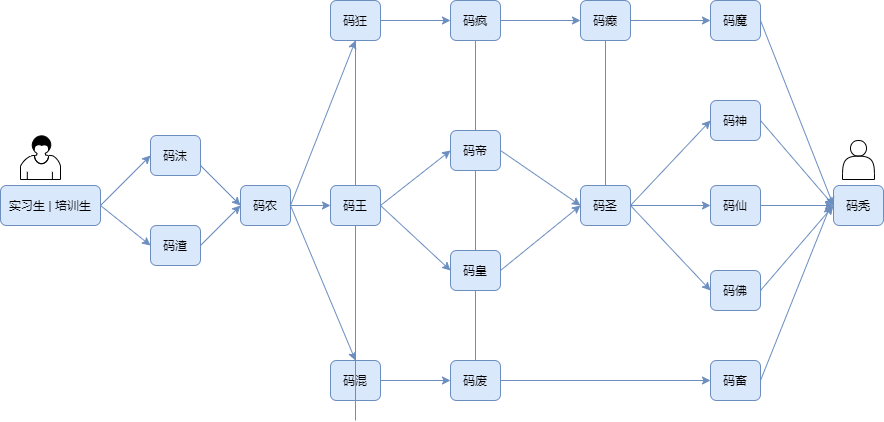
yanjingfan/life-of-coder keeps this draw.io diagram as docs/pic/coder.png. Above is the earlier version. Source tidied: cells renumbered, new cells last; positions are measured from the earlier drawing's top-left corner, leaving out a move shared by most shapes. Its diagram source:
```xml
<mxGraphModel>
  <root>
    <mxCell id="0" />
    <mxCell id="1" parent="0" />
    <mxCell id="2" style="shape=mxgraph.bpmn.user_task;html=1;" parent="1" vertex="1">
      <mxGeometry x="20" y="135" width="40" height="44" as="geometry" />
    </mxCell>
    <mxCell id="3" value="码渣" style="rounded=1;whiteSpace=wrap;html=1;fillColor=#dae8fc;strokeColor=#6c8ebf;" parent="1" vertex="1">
      <mxGeometry x="150" y="225" width="50" height="40" as="geometry" />
    </mxCell>
    <mxCell id="4" value="码沫" style="rounded=1;whiteSpace=wrap;html=1;fillColor=#dae8fc;strokeColor=#6c8ebf;" parent="1" vertex="1">
      <mxGeometry x="150" y="135" width="50" height="40" as="geometry" />
    </mxCell>
    <mxCell id="5" value="码农" style="rounded=1;whiteSpace=wrap;html=1;fillColor=#dae8fc;strokeColor=#6c8ebf;" parent="1" vertex="1">
      <mxGeometry x="240" y="185" width="50" height="40" as="geometry" />
    </mxCell>
    <mxCell id="6" value="码王" style="rounded=1;whiteSpace=wrap;html=1;fillColor=#dae8fc;strokeColor=#6c8ebf;" parent="1" vertex="1">
      <mxGeometry x="330" y="185" width="50" height="40" as="geometry" />
    </mxCell>
    <mxCell id="7" value="码圣" style="rounded=1;whiteSpace=wrap;html=1;fillColor=#dae8fc;strokeColor=#6c8ebf;" parent="1" vertex="1">
      <mxGeometry x="580" y="185" width="50" height="40" as="geometry" />
    </mxCell>
    <mxCell id="8" value="码帝" style="rounded=1;whiteSpace=wrap;html=1;fillColor=#dae8fc;strokeColor=#6c8ebf;" parent="1" vertex="1">
      <mxGeometry x="450" y="130" width="50" height="40" as="geometry" />
    </mxCell>
    <mxCell id="9" value="码仙" style="rounded=1;whiteSpace=wrap;html=1;fillColor=#dae8fc;strokeColor=#6c8ebf;" parent="1" vertex="1">
      <mxGeometry x="710" y="185" width="50" height="40" as="geometry" />
    </mxCell>
    <mxCell id="10" value="码神" style="rounded=1;whiteSpace=wrap;html=1;fillColor=#dae8fc;strokeColor=#6c8ebf;" parent="1" vertex="1">
      <mxGeometry x="710" y="100" width="50" height="40" as="geometry" />
    </mxCell>
    <mxCell id="11" value="码佛" style="rounded=1;whiteSpace=wrap;html=1;fillColor=#dae8fc;strokeColor=#6c8ebf;" parent="1" vertex="1">
      <mxGeometry x="710" y="270" width="50" height="40" as="geometry" />
    </mxCell>
    <mxCell id="12" value="码秃" style="rounded=1;whiteSpace=wrap;html=1;fillColor=#dae8fc;strokeColor=#6c8ebf;" parent="1" vertex="1">
      <mxGeometry x="833" y="185" width="50" height="40" as="geometry" />
    </mxCell>
    <mxCell id="13" value="实习生 | 培训生" style="rounded=1;whiteSpace=wrap;html=1;fillColor=#dae8fc;strokeColor=#6c8ebf;" parent="1" vertex="1">
      <mxGeometry y="185" width="100" height="40" as="geometry" />
    </mxCell>
    <mxCell id="14" value="码狂" style="rounded=1;whiteSpace=wrap;html=1;fillColor=#dae8fc;strokeColor=#6c8ebf;" parent="1" vertex="1">
      <mxGeometry x="330" width="50" height="40" as="geometry" />
    </mxCell>
    <mxCell id="15" value="码癫" style="rounded=1;whiteSpace=wrap;html=1;fillColor=#dae8fc;strokeColor=#6c8ebf;" parent="1" vertex="1">
      <mxGeometry x="580" width="50" height="40" as="geometry" />
    </mxCell>
    <mxCell id="16" value="码疯" style="rounded=1;whiteSpace=wrap;html=1;fillColor=#dae8fc;strokeColor=#6c8ebf;" parent="1" vertex="1">
      <mxGeometry x="450" width="50" height="40" as="geometry" />
    </mxCell>
    <mxCell id="17" value="码混" style="rounded=1;whiteSpace=wrap;html=1;fillColor=#dae8fc;strokeColor=#6c8ebf;" parent="1" vertex="1">
      <mxGeometry x="330" y="360" width="50" height="40" as="geometry" />
    </mxCell>
    <mxCell id="18" value="码废" style="rounded=1;whiteSpace=wrap;html=1;fillColor=#dae8fc;strokeColor=#6c8ebf;" parent="1" vertex="1">
      <mxGeometry x="450" y="360" width="50" height="40" as="geometry" />
    </mxCell>
    <mxCell id="19" style="endArrow=classic;html=1;exitX=1;exitY=0.5;exitDx=0;exitDy=0;entryX=0;entryY=0.5;entryDx=0;entryDy=0;strokeColor=#6c8ebf;fillColor=#dae8fc;" parent="1" edge="1" source="13" target="4">
      <mxGeometry relative="1" as="geometry" />
    </mxCell>
    <mxCell id="20" style="endArrow=classic;html=1;entryX=0;entryY=0.5;entryDx=0;entryDy=0;strokeColor=#6c8ebf;fillColor=#dae8fc;" parent="1" edge="1" target="3">
      <mxGeometry relative="1" as="geometry">
        <mxPoint x="100" y="205" as="sourcePoint" />
      </mxGeometry>
    </mxCell>
    <mxCell id="21" style="endArrow=classic;html=1;entryX=0;entryY=0.5;entryDx=0;entryDy=0;strokeColor=#6c8ebf;fillColor=#dae8fc;exitX=1;exitY=0.75;exitDx=0;exitDy=0;" parent="1" edge="1" source="4" target="5">
      <mxGeometry relative="1" as="geometry" />
    </mxCell>
    <mxCell id="22" style="endArrow=classic;html=1;entryX=0;entryY=0.5;entryDx=0;entryDy=0;strokeColor=#6c8ebf;fillColor=#dae8fc;exitX=1;exitY=0.5;exitDx=0;exitDy=0;" parent="1" edge="1" source="3" target="5">
      <mxGeometry relative="1" as="geometry" />
    </mxCell>
    <mxCell id="23" style="endArrow=classic;html=1;entryX=0;entryY=0.5;entryDx=0;entryDy=0;strokeColor=#6c8ebf;fillColor=#dae8fc;exitX=1;exitY=0.5;exitDx=0;exitDy=0;" parent="1" edge="1" source="5" target="6">
      <mxGeometry relative="1" as="geometry" />
    </mxCell>
    <mxCell id="24" style="endArrow=classic;html=1;entryX=0.5;entryY=1;entryDx=0;entryDy=0;strokeColor=#6c8ebf;fillColor=#dae8fc;exitX=1;exitY=0.5;exitDx=0;exitDy=0;" parent="1" edge="1" source="5" target="14">
      <mxGeometry relative="1" as="geometry" />
    </mxCell>
    <mxCell id="25" style="endArrow=classic;html=1;strokeColor=#6c8ebf;fillColor=#dae8fc;exitX=1;exitY=0.5;exitDx=0;exitDy=0;entryX=0.5;entryY=0;entryDx=0;entryDy=0;" parent="1" edge="1" source="5" target="17">
      <mxGeometry relative="1" as="geometry" />
    </mxCell>
    <mxCell id="26" style="endArrow=classic;html=1;entryX=0;entryY=0.5;entryDx=0;entryDy=0;strokeColor=#6c8ebf;fillColor=#dae8fc;exitX=1;exitY=0.5;exitDx=0;exitDy=0;" parent="1" edge="1" source="6" target="37">
      <mxGeometry relative="1" as="geometry" />
    </mxCell>
    <mxCell id="27" style="endArrow=classic;html=1;entryX=0;entryY=0.5;entryDx=0;entryDy=0;strokeColor=#6c8ebf;fillColor=#dae8fc;exitX=1;exitY=0.5;exitDx=0;exitDy=0;" parent="1" edge="1" source="8" target="7">
      <mxGeometry relative="1" as="geometry" />
    </mxCell>
    <mxCell id="28" style="endArrow=classic;html=1;entryX=0;entryY=0.5;entryDx=0;entryDy=0;strokeColor=#6c8ebf;fillColor=#dae8fc;exitX=1;exitY=0.5;exitDx=0;exitDy=0;" parent="1" edge="1" source="7" target="9">
      <mxGeometry relative="1" as="geometry" />
    </mxCell>
    <mxCell id="29" style="endArrow=classic;html=1;entryX=0;entryY=0.5;entryDx=0;entryDy=0;strokeColor=#6c8ebf;fillColor=#dae8fc;exitX=1;exitY=0.5;exitDx=0;exitDy=0;" parent="1" edge="1" source="14" target="16">
      <mxGeometry relative="1" as="geometry" />
    </mxCell>
    <mxCell id="30" style="endArrow=classic;html=1;entryX=0;entryY=0.5;entryDx=0;entryDy=0;strokeColor=#6c8ebf;fillColor=#dae8fc;exitX=1;exitY=0.5;exitDx=0;exitDy=0;" parent="1" edge="1" source="16" target="15">
      <mxGeometry relative="1" as="geometry" />
    </mxCell>
    <mxCell id="31" style="endArrow=classic;html=1;entryX=0;entryY=0.5;entryDx=0;entryDy=0;strokeColor=#6c8ebf;fillColor=#dae8fc;exitX=1;exitY=0.5;exitDx=0;exitDy=0;" parent="1" edge="1" source="7" target="11">
      <mxGeometry relative="1" as="geometry" />
    </mxCell>
    <mxCell id="32" style="endArrow=classic;html=1;entryX=0;entryY=0.5;entryDx=0;entryDy=0;strokeColor=#6c8ebf;fillColor=#dae8fc;exitX=1;exitY=0.5;exitDx=0;exitDy=0;" parent="1" edge="1" source="7" target="10">
      <mxGeometry relative="1" as="geometry" />
    </mxCell>
    <mxCell id="33" style="endArrow=classic;html=1;entryX=0;entryY=0.5;entryDx=0;entryDy=0;strokeColor=#6c8ebf;fillColor=#dae8fc;exitX=1;exitY=0.5;exitDx=0;exitDy=0;" parent="1" edge="1" source="17" target="18">
      <mxGeometry relative="1" as="geometry" />
    </mxCell>
    <mxCell id="34" style="endArrow=classic;html=1;entryX=0;entryY=0.5;entryDx=0;entryDy=0;strokeColor=#6c8ebf;fillColor=#dae8fc;exitX=1;exitY=0.5;exitDx=0;exitDy=0;" parent="1" edge="1" source="10" target="12">
      <mxGeometry relative="1" as="geometry" />
    </mxCell>
    <mxCell id="35" style="endArrow=classic;html=1;entryX=0;entryY=0.5;entryDx=0;entryDy=0;strokeColor=#6c8ebf;fillColor=#dae8fc;exitX=1;exitY=0.5;exitDx=0;exitDy=0;" parent="1" edge="1" source="9" target="12">
      <mxGeometry relative="1" as="geometry" />
    </mxCell>
    <mxCell id="36" style="endArrow=classic;html=1;entryX=0;entryY=0.5;entryDx=0;entryDy=0;strokeColor=#6c8ebf;fillColor=#dae8fc;exitX=1;exitY=0.5;exitDx=0;exitDy=0;" parent="1" edge="1" source="11" target="12">
      <mxGeometry relative="1" as="geometry" />
    </mxCell>
    <mxCell id="37" value="码皇" style="rounded=1;whiteSpace=wrap;html=1;fillColor=#dae8fc;strokeColor=#6c8ebf;" parent="1" vertex="1">
      <mxGeometry x="450" y="250" width="50" height="40" as="geometry" />
    </mxCell>
    <mxCell id="38" style="endArrow=classic;html=1;entryX=0;entryY=0.5;entryDx=0;entryDy=0;strokeColor=#6c8ebf;fillColor=#dae8fc;exitX=1;exitY=0.5;exitDx=0;exitDy=0;" parent="1" edge="1" source="37" target="7">
      <mxGeometry relative="1" as="geometry" />
    </mxCell>
    <mxCell id="39" style="endArrow=classic;html=1;entryX=0;entryY=0.5;entryDx=0;entryDy=0;strokeColor=#6c8ebf;fillColor=#dae8fc;exitX=1;exitY=0.5;exitDx=0;exitDy=0;" parent="1" edge="1" source="6" target="8">
      <mxGeometry relative="1" as="geometry" />
    </mxCell>
    <mxCell id="40" style="endArrow=none;html=1;strokeColor=#6c8ebf;exitX=0.5;exitY=0;exitDx=0;exitDy=0;entryX=0.5;entryY=1;entryDx=0;entryDy=0;fillColor=#dae8fc;" parent="1" edge="1" source="6" target="14">
      <mxGeometry relative="1" as="geometry" />
    </mxCell>
    <mxCell id="41" style="endArrow=none;html=1;strokeColor=#6c8ebf;exitX=0.5;exitY=1;exitDx=0;exitDy=0;fillColor=#dae8fc;" parent="1" edge="1" source="6">
      <mxGeometry relative="1" as="geometry">
        <mxPoint x="355" y="420" as="targetPoint" />
      </mxGeometry>
    </mxCell>
    <mxCell id="42" style="endArrow=none;html=1;strokeColor=#6c8ebf;exitX=0.5;exitY=0;exitDx=0;exitDy=0;entryX=0.5;entryY=1;entryDx=0;entryDy=0;fillColor=#dae8fc;" parent="1" edge="1" source="8" target="16">
      <mxGeometry relative="1" as="geometry" />
    </mxCell>
    <mxCell id="43" style="endArrow=none;html=1;strokeColor=#6c8ebf;entryX=0.5;entryY=0;entryDx=0;entryDy=0;fillColor=#dae8fc;exitX=0.5;exitY=1;exitDx=0;exitDy=0;" parent="1" edge="1" source="8" target="37">
      <mxGeometry relative="1" as="geometry" />
    </mxCell>
    <mxCell id="44" style="endArrow=none;html=1;strokeColor=#6c8ebf;entryX=0.5;entryY=0;entryDx=0;entryDy=0;fillColor=#dae8fc;exitX=0.5;exitY=1;exitDx=0;exitDy=0;" parent="1" edge="1" source="37" target="18">
      <mxGeometry relative="1" as="geometry" />
    </mxCell>
    <mxCell id="45" value="码畜" style="rounded=1;whiteSpace=wrap;html=1;fillColor=#dae8fc;strokeColor=#6c8ebf;" parent="1" vertex="1">
      <mxGeometry x="710" y="360" width="50" height="40" as="geometry" />
    </mxCell>
    <mxCell id="46" style="endArrow=classic;html=1;entryX=0;entryY=0.5;entryDx=0;entryDy=0;strokeColor=#6c8ebf;fillColor=#dae8fc;exitX=1;exitY=0.5;exitDx=0;exitDy=0;" parent="1" edge="1" source="18" target="45">
      <mxGeometry relative="1" as="geometry" />
    </mxCell>
    <mxCell id="47" style="endArrow=classic;html=1;strokeColor=#6c8ebf;fillColor=#dae8fc;exitX=1;exitY=0.5;exitDx=0;exitDy=0;" parent="1" edge="1" source="45">
      <mxGeometry relative="1" as="geometry">
        <mxPoint x="830" y="205" as="targetPoint" />
      </mxGeometry>
    </mxCell>
    <mxCell id="48" style="endArrow=none;html=1;strokeColor=#6c8ebf;entryX=0.5;entryY=0;entryDx=0;entryDy=0;fillColor=#dae8fc;exitX=0.5;exitY=1;exitDx=0;exitDy=0;" parent="1" edge="1" source="15" target="7">
      <mxGeometry relative="1" as="geometry" />
    </mxCell>
    <mxCell id="49" value="码魔" style="rounded=1;whiteSpace=wrap;html=1;fillColor=#dae8fc;strokeColor=#6c8ebf;" parent="1" vertex="1">
      <mxGeometry x="710" width="50" height="40" as="geometry" />
    </mxCell>
    <mxCell id="50" style="endArrow=classic;html=1;entryX=0;entryY=0.5;entryDx=0;entryDy=0;strokeColor=#6c8ebf;fillColor=#dae8fc;exitX=1;exitY=0.5;exitDx=0;exitDy=0;" parent="1" edge="1" source="15" target="49">
      <mxGeometry relative="1" as="geometry" />
    </mxCell>
    <mxCell id="51" style="endArrow=classic;html=1;strokeColor=#6c8ebf;fillColor=#dae8fc;exitX=1;exitY=0.5;exitDx=0;exitDy=0;entryX=0;entryY=0.5;entryDx=0;entryDy=0;" parent="1" edge="1" source="49" target="12">
      <mxGeometry relative="1" as="geometry" />
    </mxCell>
    <mxCell id="52" style="shape=actor;whiteSpace=wrap;html=1;" parent="1" vertex="1">
      <mxGeometry x="842" y="140" width="32" height="39" as="geometry" />
    </mxCell>
    <mxCell id="53" style="edgeStyle=orthogonalEdgeStyle;rounded=0;orthogonalLoop=1;jettySize=auto;html=1;exitX=0.5;exitY=1;exitDx=0;exitDy=0;" parent="1" edge="1" source="10" target="10">
      <mxGeometry relative="1" as="geometry" />
    </mxCell>
  </root>
</mxGraphModel>
```
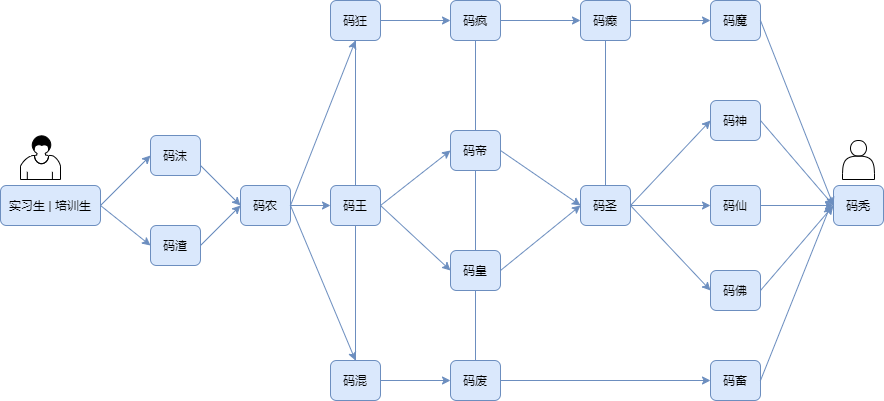
The same file after the commit.

Commit message:
fix(): 添加码魔和码畜

What changed in the source:
```diff
@@ -121,10 +121,8 @@
     <mxCell id="40" style="endArrow=none;html=1;strokeColor=#6c8ebf;exitX=0.5;exitY=0;exitDx=0;exitDy=0;entryX=0.5;entryY=1;entryDx=0;entryDy=0;fillColor=#dae8fc;" parent="1" edge="1" source="6" target="14">
       <mxGeometry relative="1" as="geometry" />
     </mxCell>
-    <mxCell id="41" style="endArrow=none;html=1;strokeColor=#6c8ebf;exitX=0.5;exitY=1;exitDx=0;exitDy=0;fillColor=#dae8fc;" parent="1" edge="1" source="6">
-      <mxGeometry relative="1" as="geometry">
-        <mxPoint x="355" y="420" as="targetPoint" />
-      </mxGeometry>
+    <mxCell id="41" style="endArrow=none;html=1;strokeColor=#6c8ebf;exitX=0.5;exitY=1;exitDx=0;exitDy=0;fillColor=#dae8fc;entryX=0.5;entryY=0;entryDx=0;entryDy=0;" parent="1" edge="1" source="6" target="17">
+      <mxGeometry relative="1" as="geometry" />
     </mxCell>
     <mxCell id="42" style="endArrow=none;html=1;strokeColor=#6c8ebf;exitX=0.5;exitY=0;exitDx=0;exitDy=0;entryX=0.5;entryY=1;entryDx=0;entryDy=0;fillColor=#dae8fc;" parent="1" edge="1" source="8" target="16">
       <mxGeometry relative="1" as="geometry" />
```
